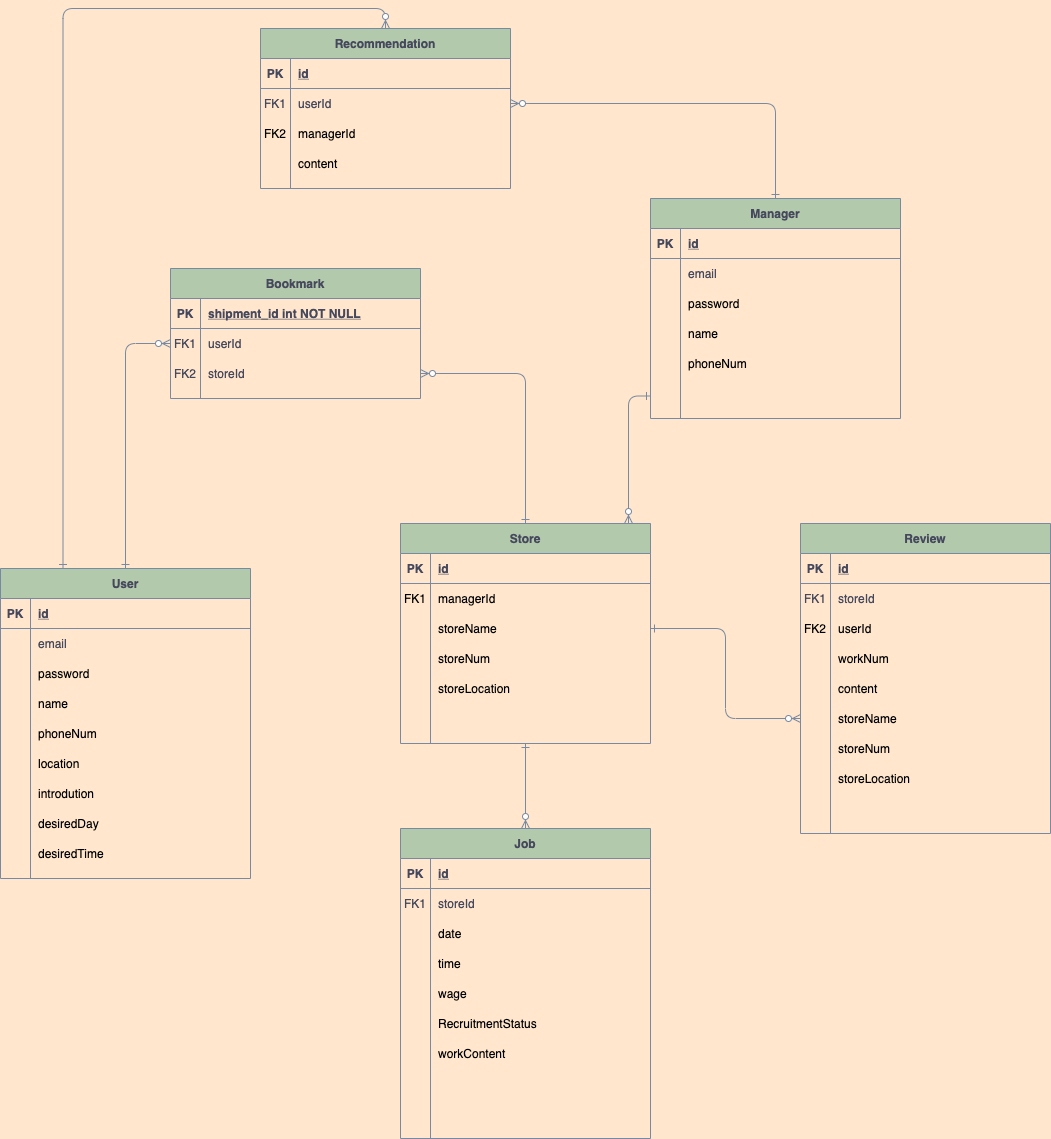
bangjinhyuk/omproject keeps this draw.io diagram as ConvenienceStore.png. Above is the earlier version. Source tidied: cells renumbered, new cells last; positions are measured from the earlier drawing's top-left corner, leaving out a move shared by most shapes.
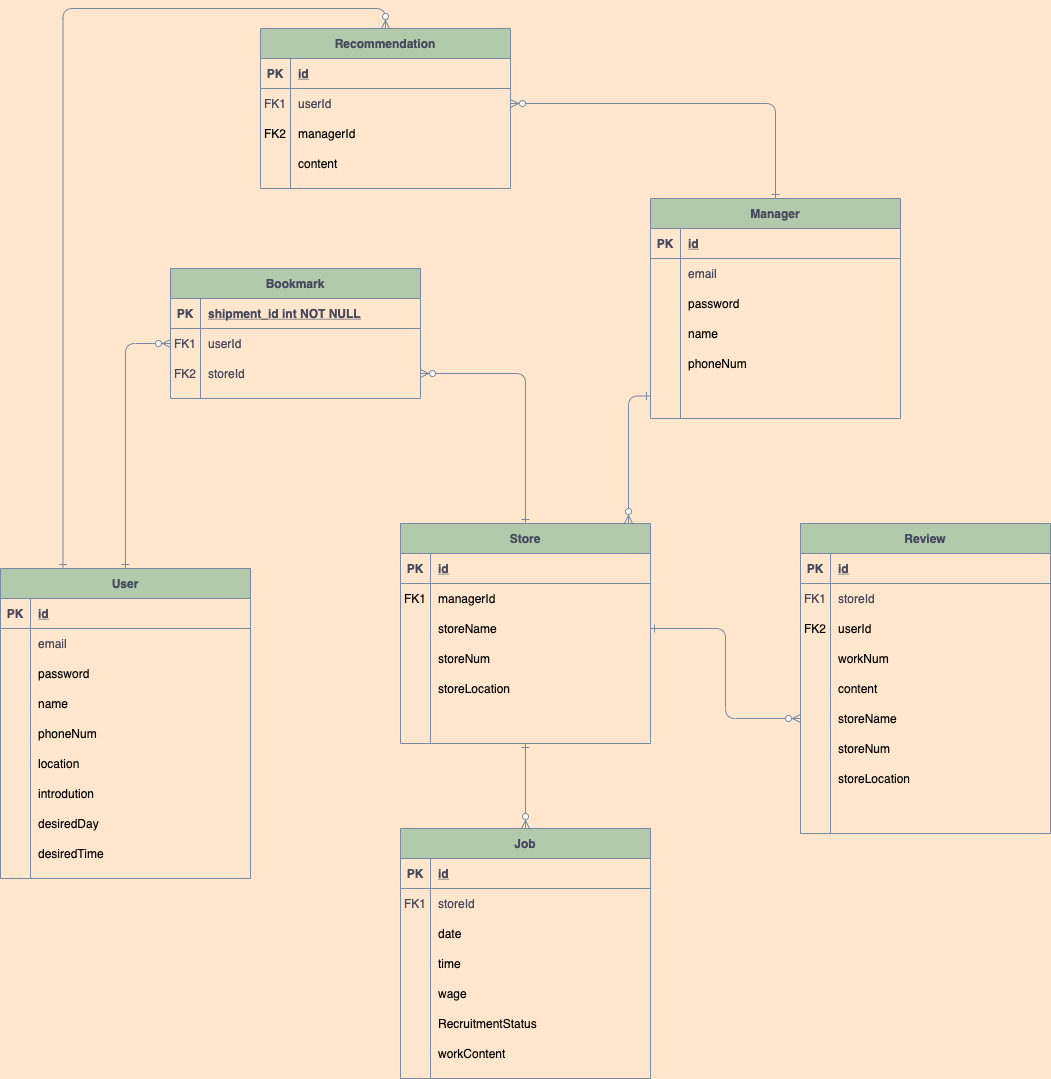
Above is the later version.

Commit message:
DOCS:: [#1] ERD job 수정

Change to the diagram source:
```diff
@@ -191,7 +191,7 @@
       <mxGeometry x="30" width="220" height="35" as="geometry" />
     </mxCell>
     <mxCell id="63" value="Job" style="shape=table;startSize=30;rowLines=0;fontStyle=1;align=center;fillColor=#B2C9AB;strokeColor=#788AA3;fontColor=#46495D;" parent="1" vertex="1">
-      <mxGeometry x="400" y="820" width="250" height="310" as="geometry" />
+      <mxGeometry x="400" y="820" width="250" height="250" as="geometry" />
     </mxCell>
     <mxCell id="64" style="shape=partialRectangle;fillColor=none;top=0;left=0;right=0;bottom=1;strokeColor=#788AA3;fontColor=#46495D;" parent="63" vertex="1">
       <mxGeometry y="30" width="250" height="30" as="geometry" />
@@ -256,24 +256,6 @@
     <mxCell id="84" value="workContent" style="shape=partialRectangle;fillColor=none;top=0;left=0;bottom=0;right=0;align=left;spacingLeft=6;overflow=hidden;" parent="82" vertex="1">
       <mxGeometry x="30" width="220" height="30" as="geometry" />
     </mxCell>
-    <mxCell id="85" style="shape=partialRectangle;fillColor=none;top=0;left=0;bottom=0;right=0;rounded=0;sketch=0;fontColor=#46495D;strokeColor=#788AA3;" parent="63" vertex="1">
-      <mxGeometry y="240" width="250" height="30" as="geometry" />
-    </mxCell>
-    <mxCell id="86" style="shape=partialRectangle;fillColor=none;top=0;left=0;bottom=0;right=0;overflow=hidden;" parent="85" vertex="1">
-      <mxGeometry width="30" height="30" as="geometry" />
-    </mxCell>
-    <mxCell id="87" style="shape=partialRectangle;fillColor=none;top=0;left=0;bottom=0;right=0;align=left;spacingLeft=6;overflow=hidden;" parent="85" vertex="1">
-      <mxGeometry x="30" width="220" height="30" as="geometry" />
-    </mxCell>
-    <mxCell id="88" style="shape=partialRectangle;fillColor=none;top=0;left=0;bottom=0;right=0;rounded=0;sketch=0;fontColor=#46495D;strokeColor=#788AA3;" parent="63" vertex="1">
-      <mxGeometry y="270" width="250" height="30" as="geometry" />
-    </mxCell>
-    <mxCell id="89" style="shape=partialRectangle;fillColor=none;top=0;left=0;bottom=0;right=0;overflow=hidden;" parent="88" vertex="1">
-      <mxGeometry width="30" height="30" as="geometry" />
-    </mxCell>
-    <mxCell id="90" style="shape=partialRectangle;fillColor=none;top=0;left=0;bottom=0;right=0;align=left;spacingLeft=6;overflow=hidden;" parent="88" vertex="1">
-      <mxGeometry x="30" width="220" height="30" as="geometry" />
-    </mxCell>
     <mxCell id="91" value="Review" style="shape=table;startSize=30;rowLines=0;fontStyle=1;align=center;fillColor=#B2C9AB;strokeColor=#788AA3;fontColor=#46495D;" parent="1" vertex="1">
       <mxGeometry x="800" y="515" width="250" height="310" as="geometry" />
     </mxCell>
```
